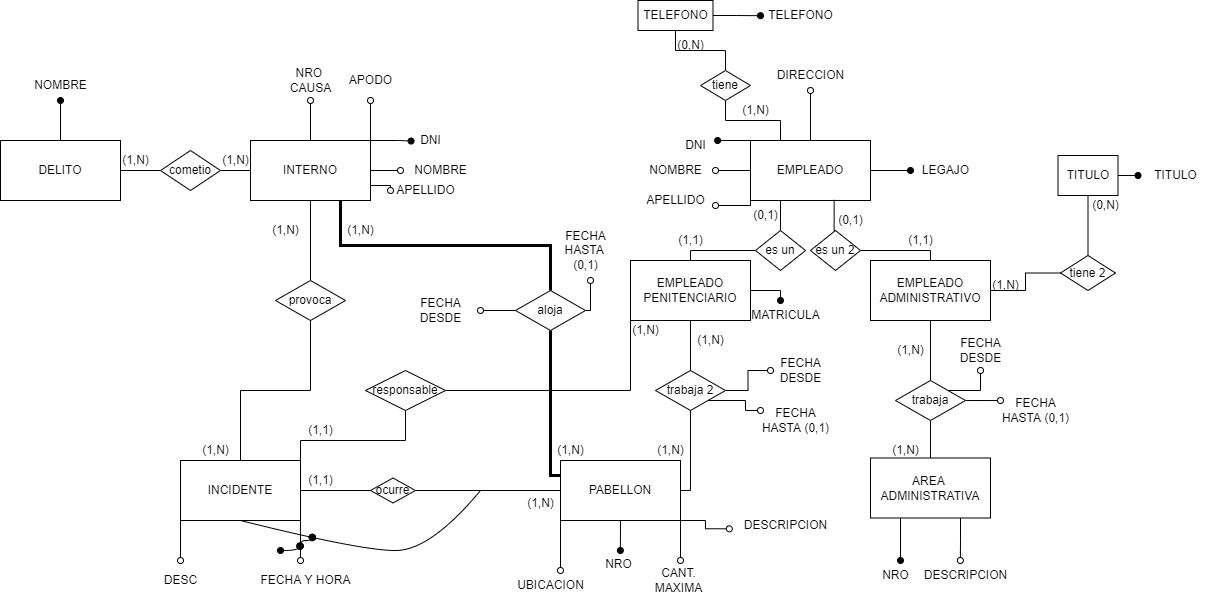
agusrnfr/DBD keeps this draw.io diagram as PRACTICA 2/Parte1/Ejercicio3/Ejercicio3-logico.png. Above is the earlier version. Source tidied: cells renumbered, new cells last; positions are measured from the earlier drawing's top-left corner, leaving out a move shared by most shapes.
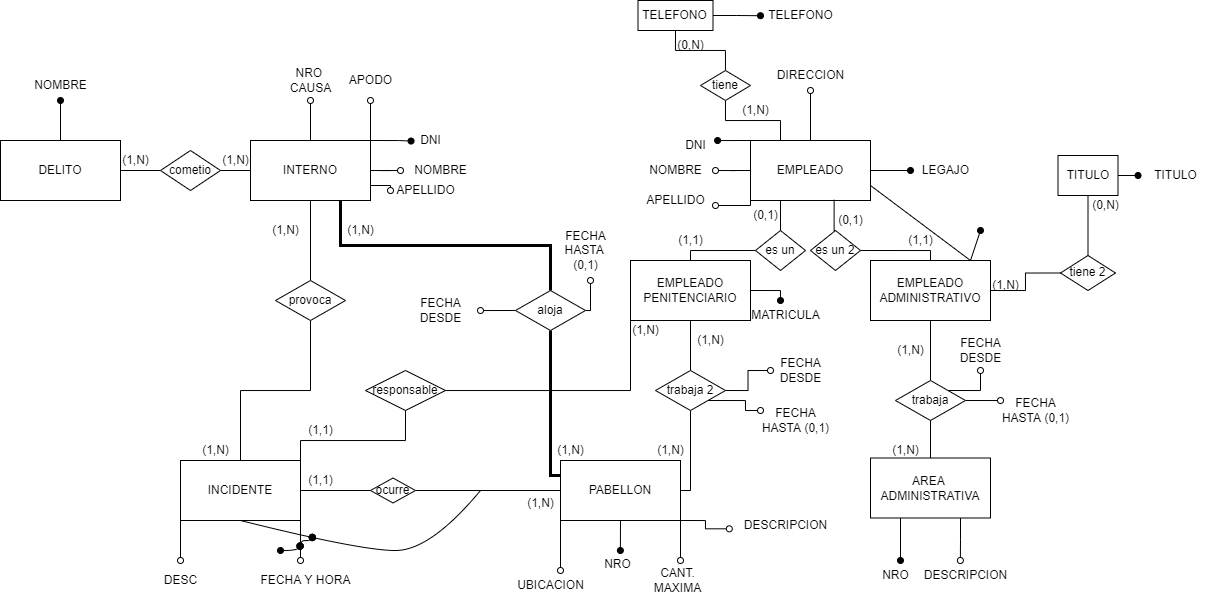
Above is the later version.

What changed in the source:
```diff
@@ -468,5 +468,13 @@
     <mxCell id="126" value="(1,N)" style="text;html=1;align=center;verticalAlign=middle;strokeColor=none;fillColor=none;" parent="1" vertex="1">
       <mxGeometry x="110" y="145" width="50" height="30" as="geometry" />
     </mxCell>
+    <mxCell id="127" style="endArrow=oval;html=1;rounded=0;exitX=1;exitY=0.75;exitDx=0;exitDy=0;endFill=1;" parent="1" edge="1" source="16">
+      <mxGeometry relative="1" as="geometry">
+        <mxPoint x="980" y="230" as="targetPoint" />
+        <Array as="points">
+          <mxPoint x="970" y="260" />
+        </Array>
+      </mxGeometry>
+    </mxCell>
   </root>
 </mxGraphModel>
```
